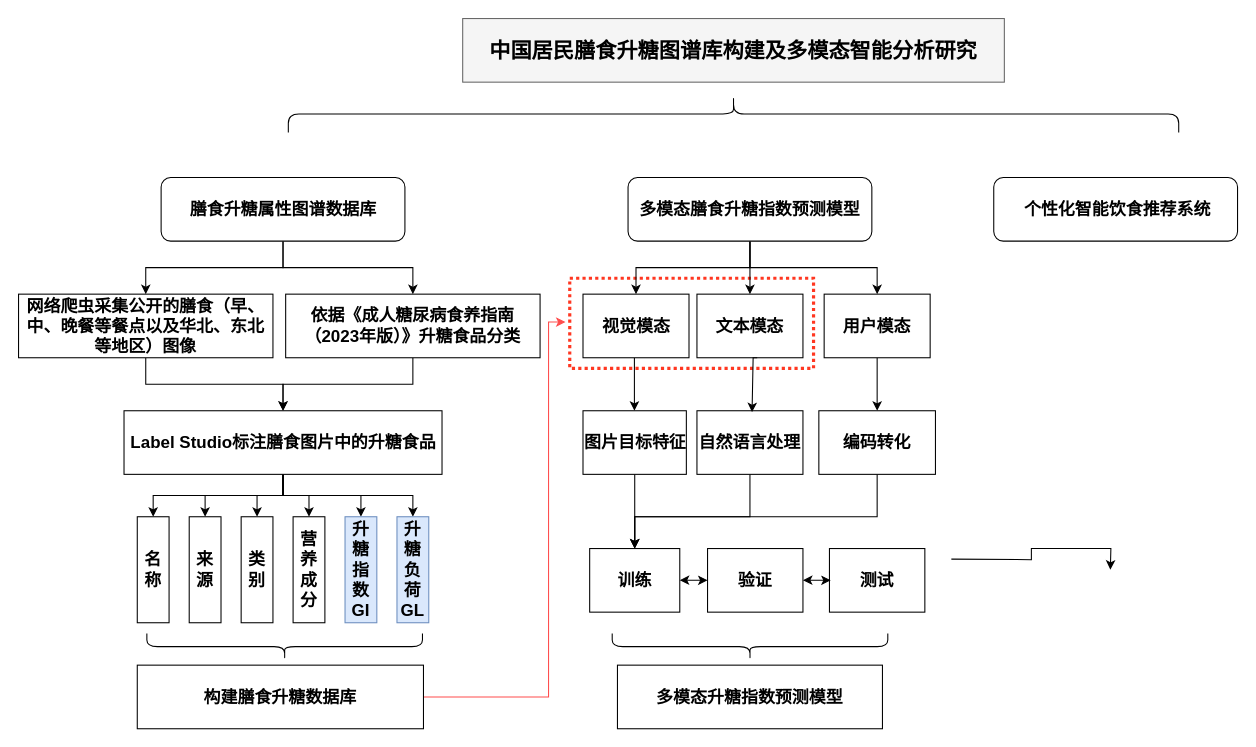
This is 博创.drawio from zheng-oh/dragrams, a draw.io file, before an edit. Source tidied: cells renumbered, new cells numbered last; positions are measured from the earlier drawing's top-left corner, leaving out a move shared by most shapes. Both pictures are drawn from the tidied source at 106%, with x=0, y=0 at pixel (18, -332).
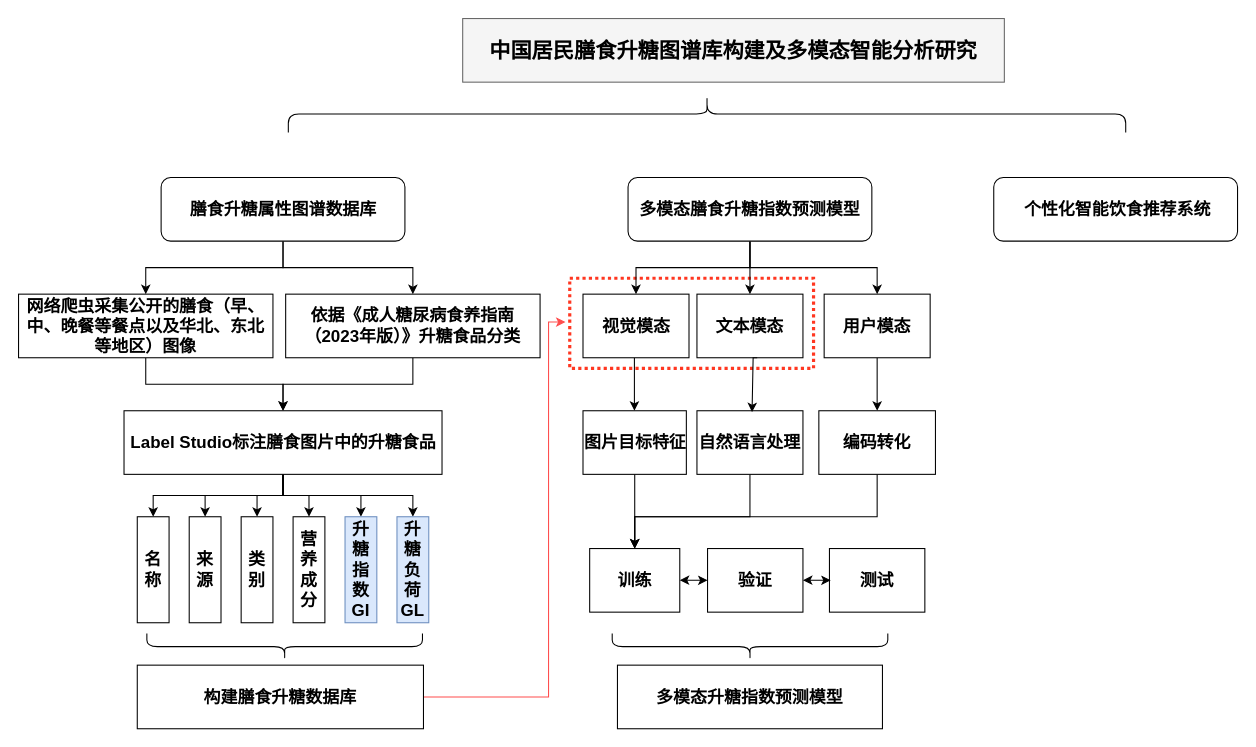
The same diagram, later.

What changed in the source:
```diff
@@
-    <mxCell id="12" style="shape=curlyBracket;whiteSpace=wrap;html=1;rounded=1;labelPosition=left;verticalLabelPosition=middle;align=right;verticalAlign=middle;rotation=90;" parent="1" vertex="1">
-      <mxGeometry x="657" width="35" height="840" as="geometry" />
+    <mxCell id="12" style="shape=curlyBracket;whiteSpace=wrap;html=1;rounded=1;labelPosition=left;verticalLabelPosition=middle;align=right;verticalAlign=middle;rotation=90;size=0.5;" parent="1" vertex="1">
+      <mxGeometry x="632" y="25" width="35" height="790" as="geometry" />
     </mxCell>
@@
-    <mxCell id="32" style="edgeStyle=orthogonalEdgeStyle;rounded=0;orthogonalLoop=1;jettySize=auto;html=1;exitX=1;exitY=0.75;exitDx=0;exitDy=0;" parent="1" edge="1">
-      <mxGeometry relative="1" as="geometry">
-        <mxPoint x="880" y="840" as="sourcePoint" />
-        <mxPoint x="1030" y="850" as="targetPoint" />
-      </mxGeometry>
-    </mxCell>
```
